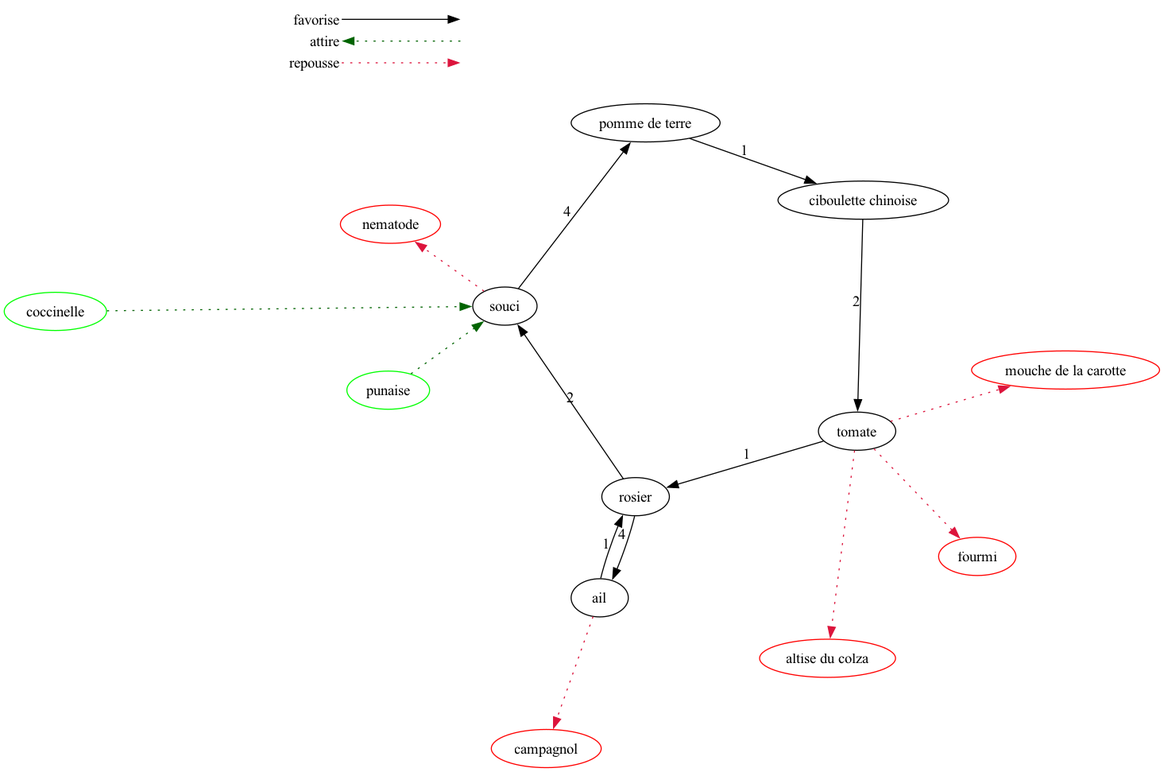
Above: graph/graph_pondere_dijkstra.dot.png in locherry/Jardin (Graphviz), before the change. Its source is kept beside it as graph/graph_pondere_dijkstra.dot.
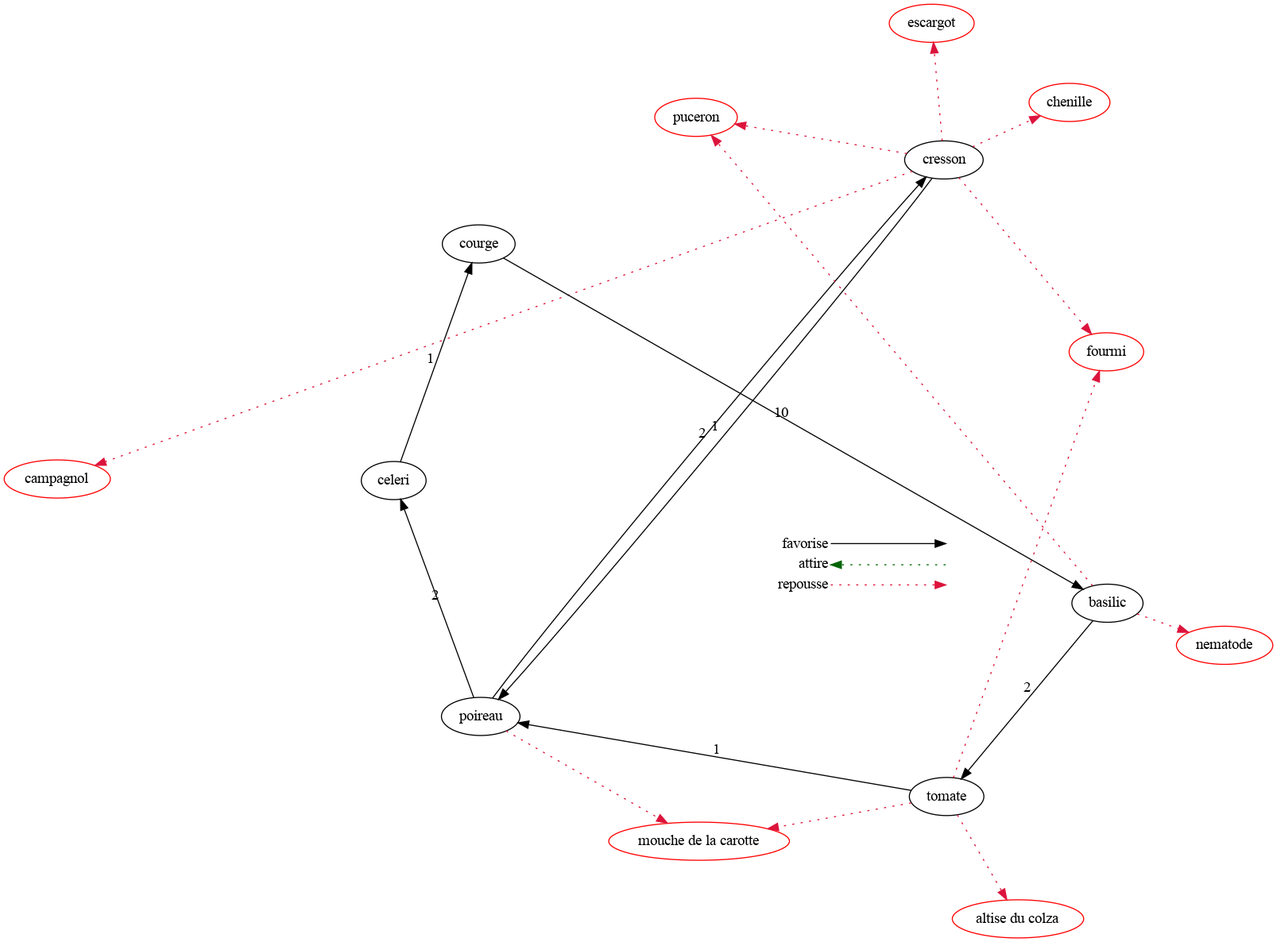
After the commit.

Change to the diagram source:
```diff
@@ -1,29 +1,34 @@
 digraph {
     layout="circo"
     node [color = green]
-    "coccinelle"
-    "punaise"
     node [color = red]
+    "campagnol"
+    "puceron"
+    "chenille"
+    "fourmi"
+    "escargot"
+    "mouche de la carotte"
+    "nematode"
     "altise du colza"
-    "fourmi"
-    "mouche de la carotte"
-    "campagnol"
-    "nematode"
     node [color = black]
-    "ciboulette chinoise" -> "tomate" [label="2"]
-    "tomate" -> "rosier" [label="1"]
-    "rosier" -> "ail" [label="4"]
-    "ail" -> "rosier" [label="1"]
-    "rosier" -> "souci" [label="2"]
-    "souci" -> "pomme de terre" [label="4"]
-    "pomme de terre" -> "ciboulette chinoise" [label="1"]
+    "cresson" -> "poireau" [label="1"]
+    "poireau" -> "celeri" [label="2"]
+    "celeri" -> "courge" [label="1"]
+    "courge" -> "basilic" [label="10"]
+    "basilic" -> "tomate" [label="2"]
+    "tomate" -> "poireau" [label="1"]
+    "poireau" -> "cresson" [label="2"]
+    "cresson" -> "campagnol" [color=crimson, style=dotted]
+    "cresson" -> "puceron" [color=crimson, style=dotted]
+    "cresson" -> "chenille" [color=crimson, style=dotted]
+    "cresson" -> "fourmi" [color=crimson, style=dotted]
+    "cresson" -> "escargot" [color=crimson, style=dotted]
+    "poireau" -> "mouche de la carotte" [color=crimson, style=dotted]
+    "basilic" -> "nematode" [color=crimson, style=dotted]
+    "basilic" -> "puceron" [color=crimson, style=dotted]
     "tomate" -> "altise du colza" [color=crimson, style=dotted]
     "tomate" -> "fourmi" [color=crimson, style=dotted]
     "tomate" -> "mouche de la carotte" [color=crimson, style=dotted]
-    "ail" -> "campagnol" [color=crimson, style=dotted]
-    "souci" -> "nematode" [color=crimson, style=dotted]
-    "coccinelle" -> "souci" [color=darkgreen, style=dotted]
-    "punaise" -> "souci" [color=darkgreen, style=dotted]
 
     subgraph cluster_01 {
         node [shape=plaintext]
```
